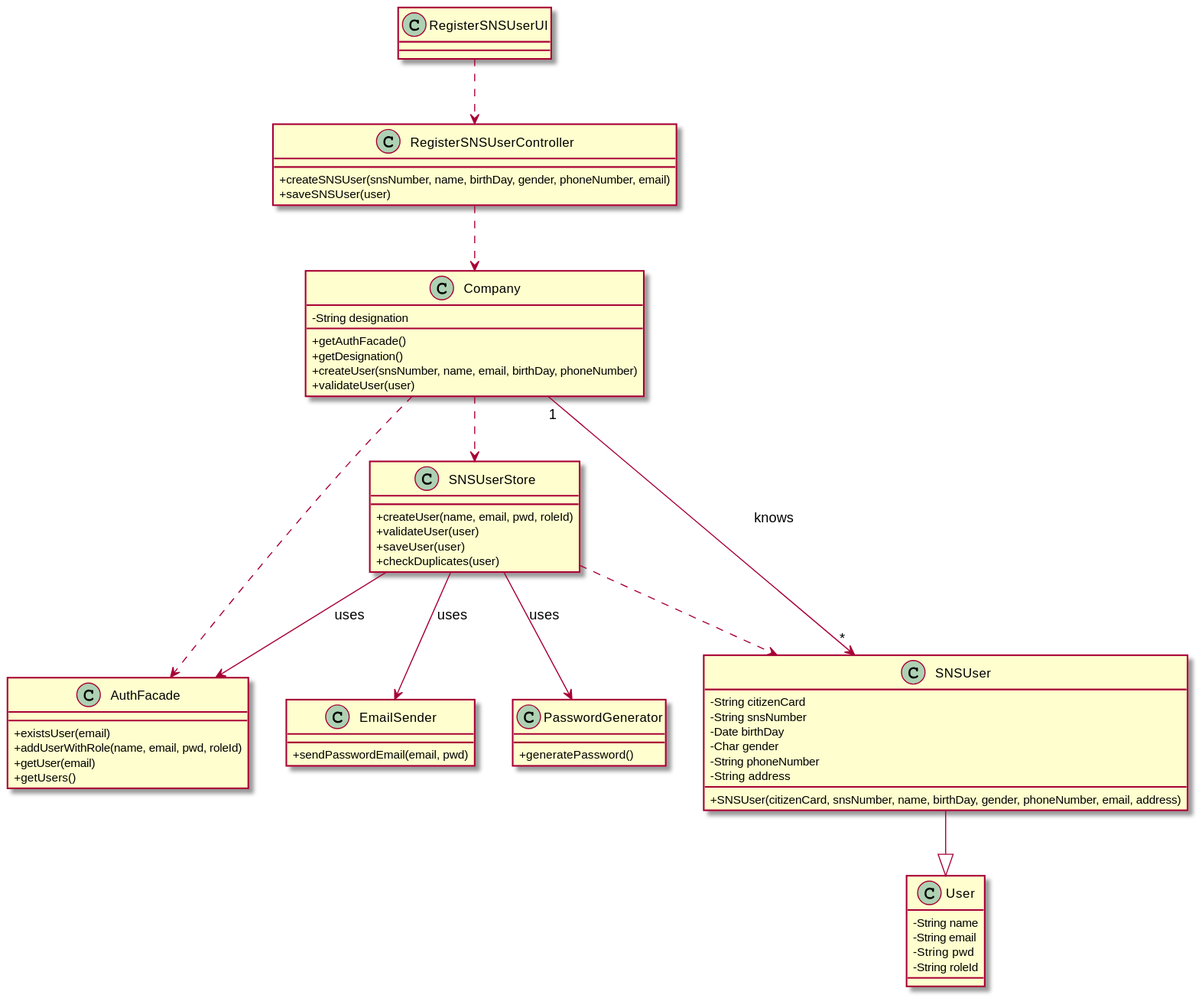
The PlantUML diagram docs/SprintB/US03/CD/US03_CD.svg in miseEnPlace-i/lapr2, before a commit.
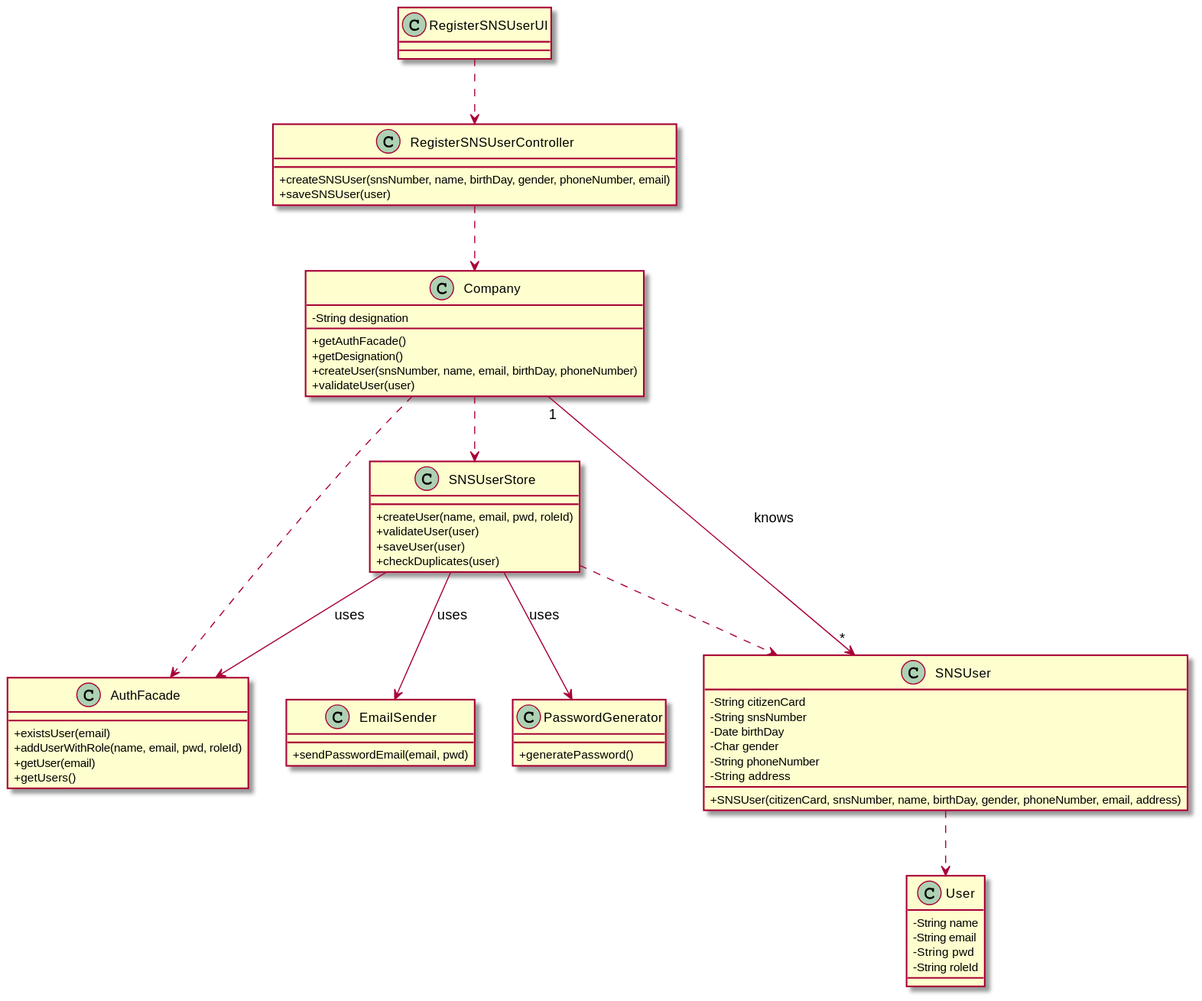
After the commit.

Commit message:
revert(US03): revert SNSUser not to use heritage

The edit, as a diff of the source:
```diff
@@ -64,7 +64,7 @@
 
 RegisterSNSUserUI ..> RegisterSNSUserController
 
-SNSUser --|> User
+SNSUser ..> User
 
 SNSUserStore --> AuthFacade : uses
 SNSUserStore --> PasswordGenerator : uses
```
